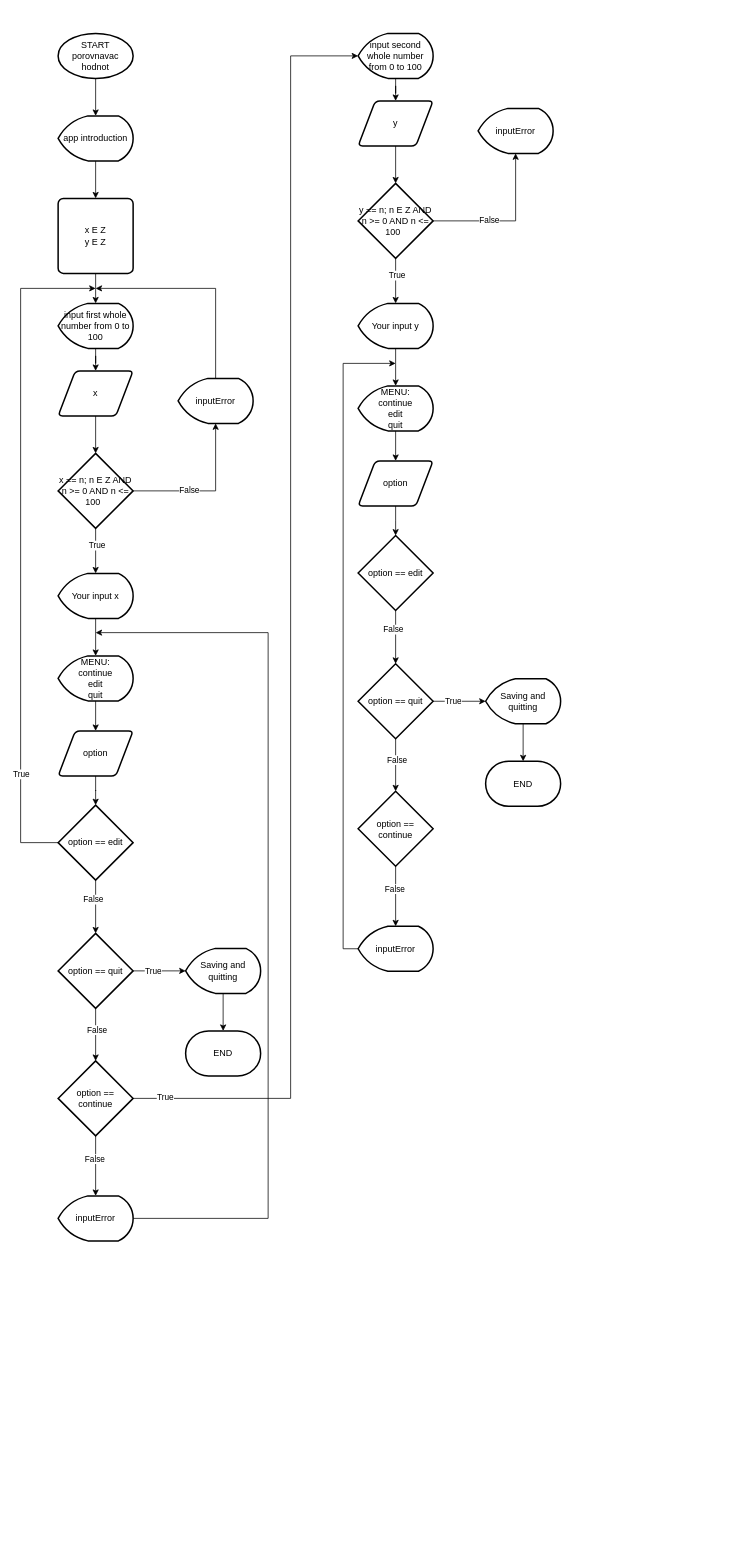
otevrro21/Comparator keeps this draw.io diagram as comparator/comparator.drawio. Above is the earlier version. Source tidied: cells renumbered, new cells numbered last; positions are measured from the earlier drawing's top-left corner, leaving out a move shared by most shapes. Both pictures are drawn from the tidied source at 75%, with x=0, y=0 at pixel (20, 33).
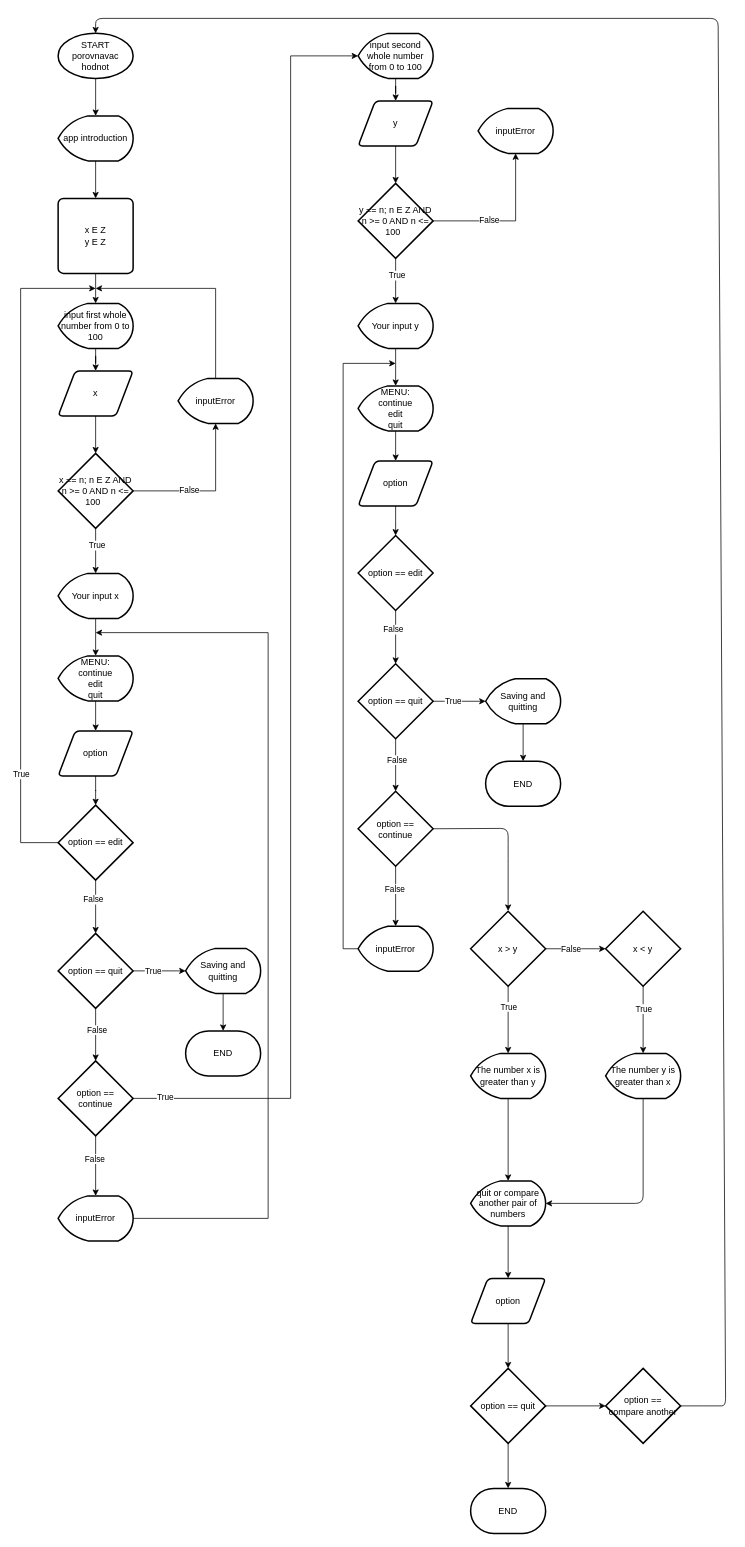
After the change.

Commit message (it also covers changes not shown here):
Edit flowchart and program.c

Unchanged cells that the change refers to:
```xml
<mxCell id="3" value="START&lt;br&gt;porovnavac hodnot" style="strokeWidth=2;html=1;shape=mxgraph.flowchart.start_1;whiteSpace=wrap;" parent="1" vertex="1">
  <mxGeometry x="50" width="100" height="60" as="geometry" />
</mxCell>
<mxCell id="71" value="option == continue" style="strokeWidth=2;html=1;shape=mxgraph.flowchart.decision;whiteSpace=wrap;" parent="1" vertex="1">
  <mxGeometry x="450" y="1010.5" width="100" height="100" as="geometry" />
</mxCell>
```

What changed in the source:
```diff
@@
+    <mxCell id="77" style="edgeStyle=none;html=1;exitX=1;exitY=0.5;exitDx=0;exitDy=0;exitPerimeter=0;" parent="1" edge="1" source="71">
+      <mxGeometry relative="1" as="geometry">
+        <mxPoint x="650" y="1170" as="targetPoint" />
+        <Array as="points">
+          <mxPoint x="650" y="1060" />
+          <mxPoint x="650" y="1090" />
+        </Array>
+      </mxGeometry>
+    </mxCell>
@@
+    <mxCell id="78" style="edgeStyle=none;html=1;" parent="1" edge="1" source="82" target="85">
+      <mxGeometry relative="1" as="geometry" />
+    </mxCell>
+    <mxCell id="79" value="False&lt;br&gt;" style="edgeLabel;html=1;align=center;verticalAlign=middle;" parent="78" vertex="1">
+      <mxGeometry x="-0.32" y="1" relative="1" as="geometry">
+        <mxPoint x="6" y="1" as="offset" />
+      </mxGeometry>
+    </mxCell>
+    <mxCell id="80" style="edgeStyle=none;html=1;" parent="1" edge="1" source="82" target="87">
+      <mxGeometry relative="1" as="geometry" />
+    </mxCell>
+    <mxCell id="81" value="True" style="edgeLabel;html=1;align=center;verticalAlign=middle;" parent="80" vertex="1">
+      <mxGeometry x="-0.43" relative="1" as="geometry">
+        <mxPoint y="1" as="offset" />
+      </mxGeometry>
+    </mxCell>
+    <mxCell id="82" value="x &amp;gt; y" style="strokeWidth=2;html=1;shape=mxgraph.flowchart.decision;whiteSpace=wrap;" parent="1" vertex="1">
+      <mxGeometry x="600" y="1170.5" width="100" height="100" as="geometry" />
+    </mxCell>
+    <mxCell id="83" style="edgeStyle=none;html=1;" parent="1" edge="1" source="85" target="89">
+      <mxGeometry relative="1" as="geometry" />
+    </mxCell>
+    <mxCell id="84" value="True" style="edgeLabel;html=1;align=center;verticalAlign=middle;" parent="83" vertex="1">
+      <mxGeometry x="-0.32" relative="1" as="geometry" />
+    </mxCell>
+    <mxCell id="85" value="x &amp;lt; y" style="strokeWidth=2;html=1;shape=mxgraph.flowchart.decision;whiteSpace=wrap;" parent="1" vertex="1">
+      <mxGeometry x="780" y="1170.5" width="100" height="100" as="geometry" />
+    </mxCell>
+    <mxCell id="86" style="edgeStyle=none;html=1;" parent="1" edge="1" source="87" target="91">
+      <mxGeometry relative="1" as="geometry" />
+    </mxCell>
+    <mxCell id="87" value="The number x is greater than y" style="strokeWidth=2;html=1;shape=mxgraph.flowchart.display;whiteSpace=wrap;" parent="1" vertex="1">
+      <mxGeometry x="600" y="1360" width="100" height="60" as="geometry" />
+    </mxCell>
+    <mxCell id="88" style="edgeStyle=none;html=1;exitX=0.5;exitY=1;exitDx=0;exitDy=0;exitPerimeter=0;entryX=1;entryY=0.5;entryDx=0;entryDy=0;entryPerimeter=0;" parent="1" edge="1" source="89" target="91">
+      <mxGeometry relative="1" as="geometry">
+        <Array as="points">
+          <mxPoint x="830" y="1560" />
+        </Array>
+      </mxGeometry>
+    </mxCell>
+    <mxCell id="89" value="The number y is greater than x" style="strokeWidth=2;html=1;shape=mxgraph.flowchart.display;whiteSpace=wrap;" parent="1" vertex="1">
+      <mxGeometry x="780" y="1360" width="100" height="60" as="geometry" />
+    </mxCell>
+    <mxCell id="90" style="edgeStyle=none;html=1;" parent="1" edge="1" source="91" target="93">
+      <mxGeometry relative="1" as="geometry" />
+    </mxCell>
+    <mxCell id="91" value="quit or compare another pair of numbers" style="strokeWidth=2;html=1;shape=mxgraph.flowchart.display;whiteSpace=wrap;" parent="1" vertex="1">
+      <mxGeometry x="600" y="1530" width="100" height="60" as="geometry" />
+    </mxCell>
+    <mxCell id="92" style="edgeStyle=none;html=1;" parent="1" edge="1" source="93" target="96">
+      <mxGeometry relative="1" as="geometry" />
+    </mxCell>
+    <mxCell id="93" value="option" style="shape=parallelogram;html=1;strokeWidth=2;perimeter=parallelogramPerimeter;whiteSpace=wrap;rounded=1;arcSize=12;size=0.23;" parent="1" vertex="1">
+      <mxGeometry x="600" y="1660" width="100" height="60" as="geometry" />
+    </mxCell>
+    <mxCell id="94" style="edgeStyle=none;html=1;" parent="1" edge="1" source="96" target="98">
+      <mxGeometry relative="1" as="geometry" />
+    </mxCell>
+    <mxCell id="95" style="edgeStyle=none;html=1;" parent="1" edge="1" source="96" target="99">
+      <mxGeometry relative="1" as="geometry" />
+    </mxCell>
+    <mxCell id="96" value="option == quit" style="strokeWidth=2;html=1;shape=mxgraph.flowchart.decision;whiteSpace=wrap;" parent="1" vertex="1">
+      <mxGeometry x="600" y="1780" width="100" height="100" as="geometry" />
+    </mxCell>
+    <mxCell id="97" style="edgeStyle=none;html=1;exitX=1;exitY=0.5;exitDx=0;exitDy=0;exitPerimeter=0;entryX=0.5;entryY=0;entryDx=0;entryDy=0;entryPerimeter=0;" parent="1" edge="1" source="98" target="3">
+      <mxGeometry relative="1" as="geometry">
+        <Array as="points">
+          <mxPoint x="920" y="1830" />
+          <mxPoint x="940" y="1830" />
+          <mxPoint x="930" y="-20" />
+          <mxPoint x="100" y="-20" />
+        </Array>
+      </mxGeometry>
+    </mxCell>
+    <mxCell id="98" value="option == compare another" style="strokeWidth=2;html=1;shape=mxgraph.flowchart.decision;whiteSpace=wrap;" parent="1" vertex="1">
+      <mxGeometry x="780" y="1780" width="100" height="100" as="geometry" />
+    </mxCell>
+    <mxCell id="99" value="END&lt;br&gt;" style="strokeWidth=2;html=1;shape=mxgraph.flowchart.terminator;whiteSpace=wrap;" parent="1" vertex="1">
+      <mxGeometry x="600" y="1940" width="100" height="60" as="geometry" />
+    </mxCell>
```
